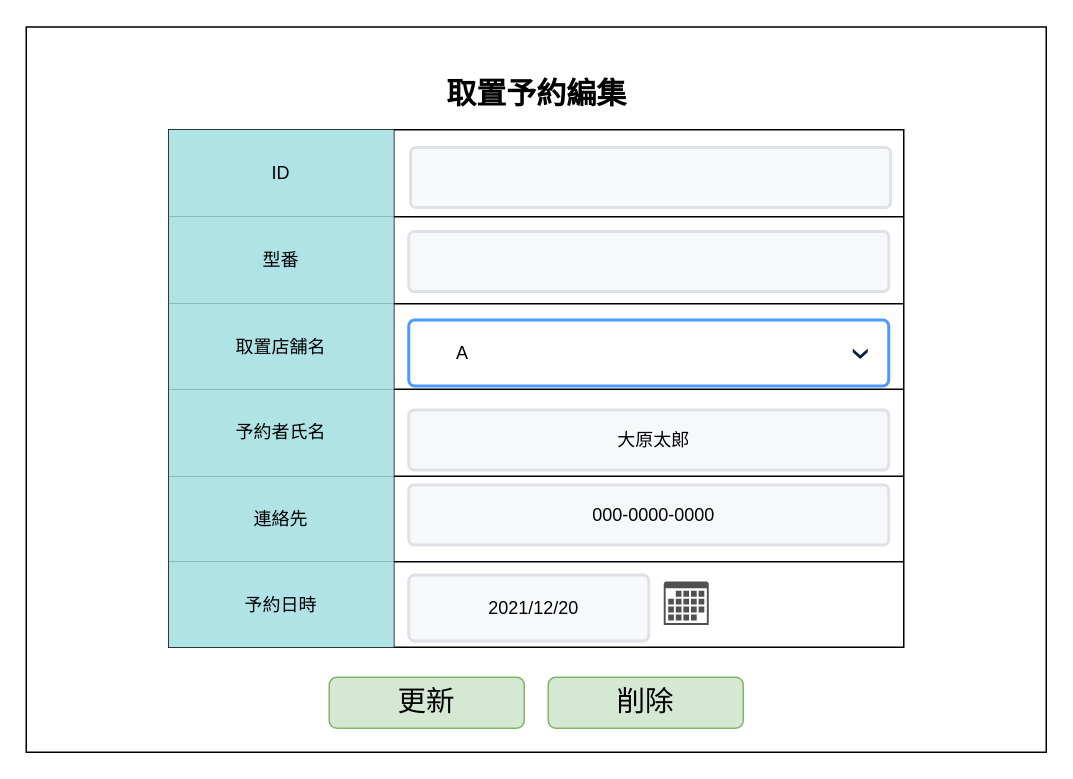
This is page "S09-04 取置予約編集" (4 of 4) of 各種設計書/6.画面設計書/S09_取置予約.drawio from HaruShim/Sotuken, a draw.io file, before an edit. Source tidied: cells renumbered, new cells numbered last; positions are measured from the earlier drawing's top-left corner, leaving out a move shared by most shapes. Both pictures are drawn from the tidied source at 150%, with x=0, y=0 at pixel (26, 26). Pictures stored in the file or linked from it are replaced by grey dashed boxes.
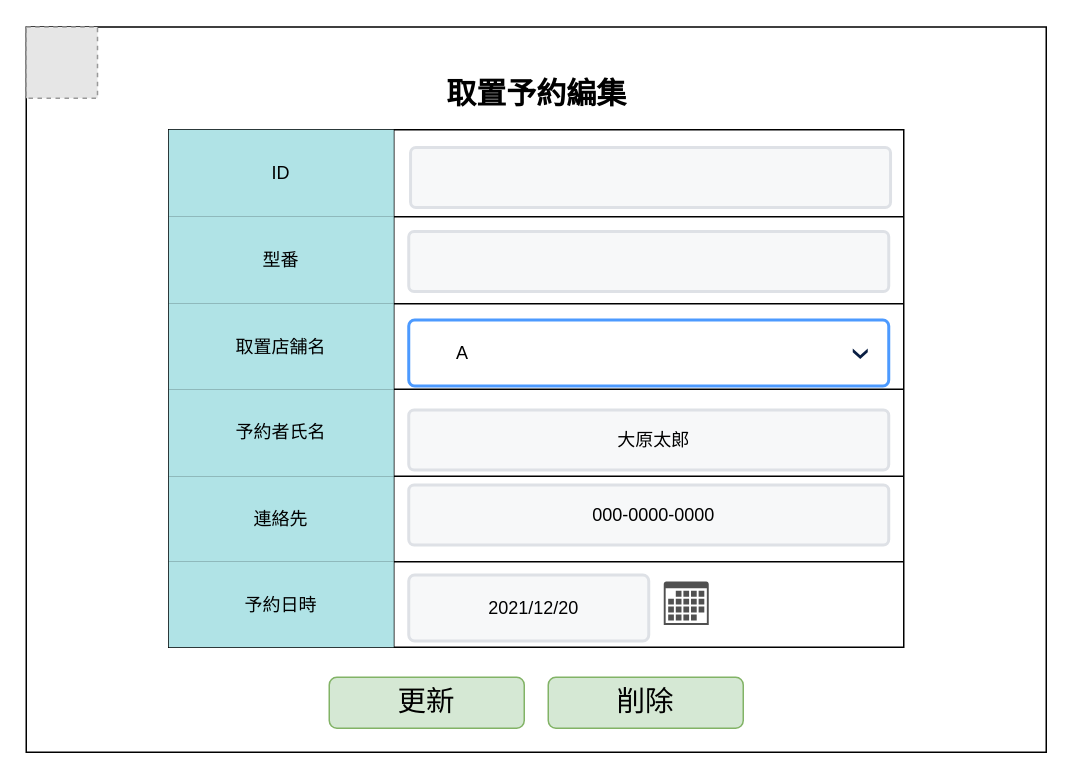
Above is the later version.

Diff of the diagram source:
```diff
@@
+    <mxCell id="36" style="fillColor=#E6E6E6;strokeColor=#999999;dashed=1;html=1;verticalAlign=top;verticalLabelPosition=bottom;labelBackgroundColor=#ffffff;" parent="1" vertex="1">
+      <mxGeometry y="0.5" width="47.5" height="47.5" as="geometry" />
+    </mxCell>
```
